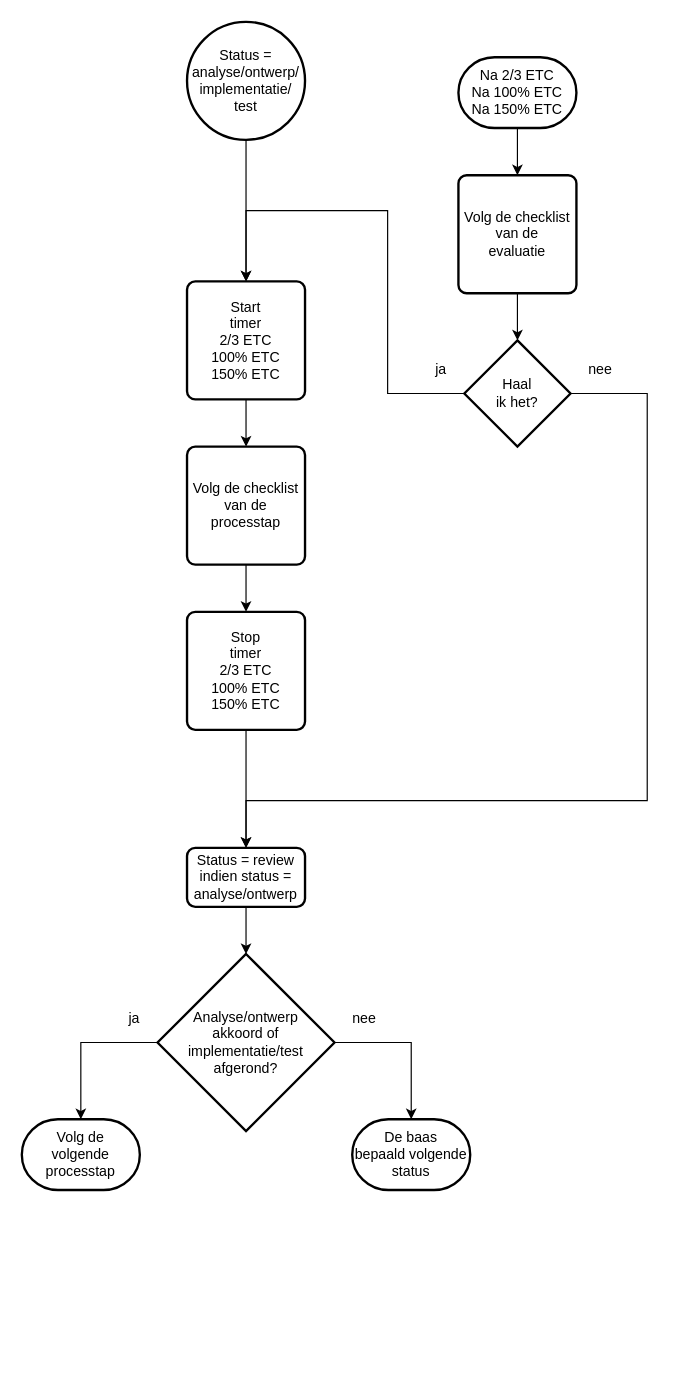
Zaibatsu89/IssueTracker keeps this draw.io diagram as 2 Issue Tracker tijdtriggers.drawio. Above is the earlier version. Source tidied: cells renumbered, new cells numbered last; positions are measured from the earlier drawing's top-left corner, leaving out a move shared by most shapes. Both pictures are drawn from the tidied source at 118%, with x=0, y=0 at pixel (21, 21).
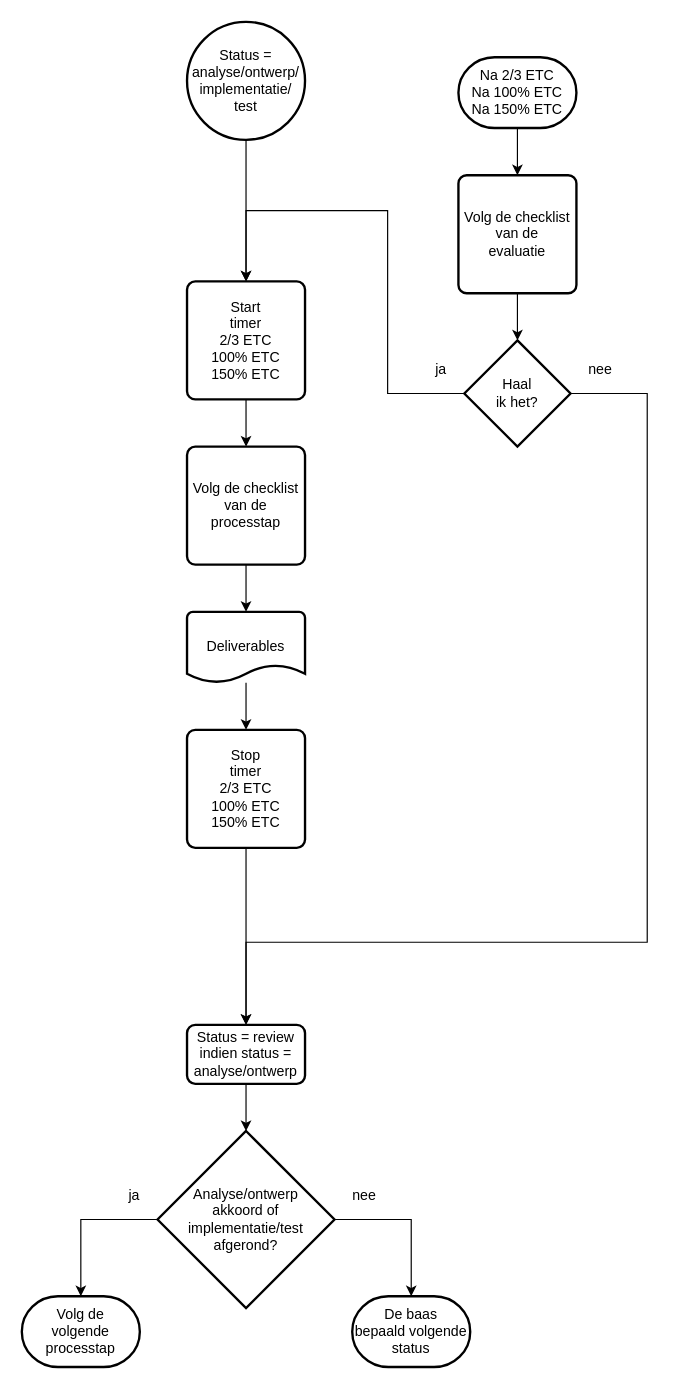
The same diagram, later.

Commit message (it also covers changes not shown here):
bepaal deliverable per fase -> document-icon in flowcharts

Unchanged cells that the change refers to:
```xml
<mxCell id="7" value="Volg de checklist&lt;br&gt;van de&lt;br&gt;processtap" style="rounded=1;whiteSpace=wrap;html=1;absoluteArcSize=1;arcSize=14;strokeWidth=2;" parent="1" vertex="1">
  <mxGeometry x="140" y="360" width="100" height="100" as="geometry" />
</mxCell>
<mxCell id="26" value="Haal&lt;br&gt;ik het?" style="strokeWidth=2;html=1;shape=mxgraph.flowchart.decision;whiteSpace=wrap;" parent="1" vertex="1">
  <mxGeometry x="375" y="270" width="90" height="90" as="geometry" />
</mxCell>
```

What changed in the source:
```diff
@@
-    <mxCell id="6" style="edgeStyle=orthogonalEdgeStyle;rounded=0;jettySize=auto;html=1;" parent="1" edge="1" source="7" target="21">
-      <mxGeometry relative="1" as="geometry" />
-    </mxCell>
+    <mxCell id="31" style="edgeStyle=orthogonalEdgeStyle;rounded=0;jettySize=auto;html=1;" parent="1" edge="1" source="7" target="33">
+      <mxGeometry relative="1" as="geometry" />
+    </mxCell>
@@
     <mxCell id="8" value="Analyse/ontwerp&lt;br&gt;akkoord of&lt;br&gt;implementatie/test&lt;br&gt;afgerond?" style="strokeWidth=2;html=1;shape=mxgraph.flowchart.decision;whiteSpace=wrap;" parent="1" vertex="1">
-      <mxGeometry x="115" y="790" width="150" height="150" as="geometry" />
+      <mxGeometry x="115" y="940" width="150" height="150" as="geometry" />
     </mxCell>
@@
     <mxCell id="10" value="ja" style="text;html=1;align=center;verticalAlign=middle;strokeColor=none;fillColor=none;" parent="1" vertex="1">
-      <mxGeometry x="80" y="830" width="30" height="30" as="geometry" />
+      <mxGeometry x="80" y="980" width="30" height="30" as="geometry" />
     </mxCell>
     <mxCell id="11" value="Volg de&lt;br&gt;volgende&lt;br&gt;processtap" style="strokeWidth=2;html=1;shape=mxgraph.flowchart.terminator;whiteSpace=wrap;" parent="1" vertex="1">
-      <mxGeometry y="930" width="100" height="60" as="geometry" />
+      <mxGeometry y="1080" width="100" height="60" as="geometry" />
     </mxCell>
     <mxCell id="12" value="De baas&lt;br&gt;bepaald volgende&lt;br&gt;status" style="strokeWidth=2;html=1;shape=mxgraph.flowchart.terminator;whiteSpace=wrap;" parent="1" vertex="1">
-      <mxGeometry x="280" y="930" width="100" height="60" as="geometry" />
+      <mxGeometry x="280" y="1080" width="100" height="60" as="geometry" />
     </mxCell>
@@
     <mxCell id="14" value="nee" style="text;html=1;align=center;verticalAlign=middle;strokeColor=none;fillColor=none;" parent="1" vertex="1">
-      <mxGeometry x="270" y="830" width="40" height="30" as="geometry" />
+      <mxGeometry x="270" y="980" width="40" height="30" as="geometry" />
     </mxCell>
@@
     <mxCell id="21" value="Stop&lt;br&gt;timer&lt;br&gt;2/3 ETC&lt;br&gt;100% ETC&lt;br&gt;150% ETC" style="rounded=1;whiteSpace=wrap;html=1;absoluteArcSize=1;arcSize=14;strokeWidth=2;" parent="1" vertex="1">
-      <mxGeometry x="140" y="500" width="100" height="100" as="geometry" />
+      <mxGeometry x="140" y="600" width="100" height="100" as="geometry" />
     </mxCell>
@@
     <mxCell id="23" value="Status = review&lt;br&gt;indien status =&lt;br&gt;analyse/ontwerp" style="rounded=1;whiteSpace=wrap;html=1;absoluteArcSize=1;arcSize=14;strokeWidth=2;" parent="1" vertex="1">
-      <mxGeometry x="140" y="700" width="100" height="50" as="geometry" />
+      <mxGeometry x="140" y="850" width="100" height="50" as="geometry" />
     </mxCell>
     <mxCell id="24" style="edgeStyle=orthogonalEdgeStyle;rounded=0;jettySize=auto;html=1;exitX=1;exitY=0.5;exitDx=0;exitDy=0;exitPerimeter=0;entryX=0.5;entryY=0;entryDx=0;entryDy=0;" parent="1" edge="1" source="26" target="23">
       <mxGeometry relative="1" as="geometry">
         <Array as="points">
           <mxPoint x="530" y="315" />
-          <mxPoint x="530" y="660" />
-          <mxPoint x="190" y="660" />
+          <mxPoint x="530" y="780" />
+          <mxPoint x="190" y="780" />
         </Array>
       </mxGeometry>
     </mxCell>
@@
+    <mxCell id="32" style="edgeStyle=orthogonalEdgeStyle;rounded=0;jettySize=auto;html=1;" parent="1" edge="1" source="33" target="21">
+      <mxGeometry relative="1" as="geometry" />
+    </mxCell>
+    <mxCell id="33" value="Deliverables" style="strokeWidth=2;html=1;shape=mxgraph.flowchart.document2;whiteSpace=wrap;size=0.25;" parent="1" vertex="1">
+      <mxGeometry x="140" y="500" width="100" height="60" as="geometry" />
+    </mxCell>
```
